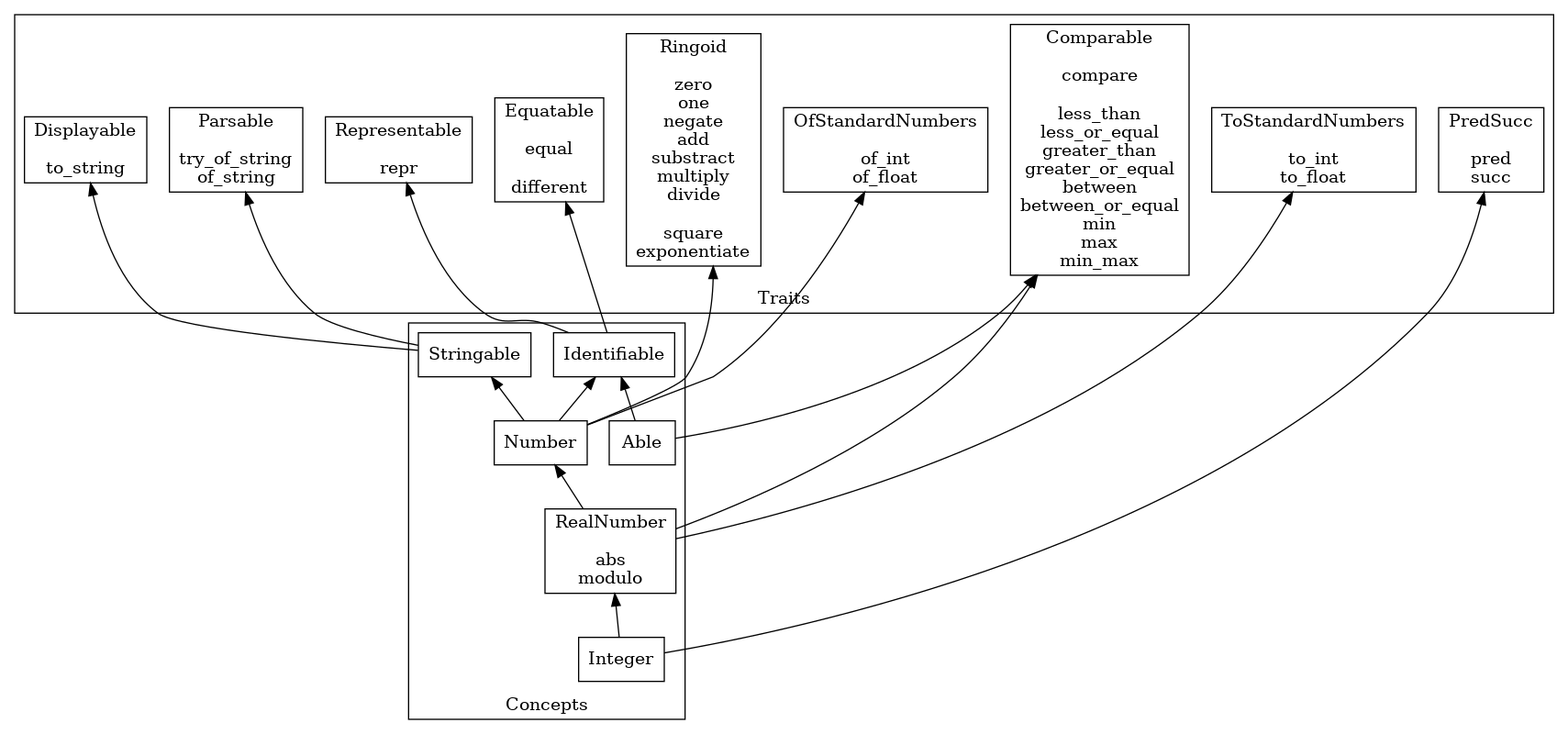
This is docs/Facets.png from jacquev6/General, a Graphviz export, as it was before one commit. Its source is kept beside it as src/Generated/Facets.dot. The source it was exported from:
```dot
digraph {
  rankdir="BT"
  node [shape="box"]
  subgraph cluster_Traits {
    label="Traits";
    representable [label="Representable\n\nrepr"];
    equatable [label="Equatable\n\nequal\n\ndifferent"];
    displayable [label="Displayable\n\nto_string"];
    parsable [label="Parsable\n\ntry_of_string\nof_string"];
    comparable [label="Comparable\n\ncompare\n\nless_than\nless_or_equal\ngreater_than\ngreater_or_equal\nbetween\nbetween_or_equal\nmin\nmax\nmin_max"];
    ringoid [label="Ringoid\n\nzero\none\nnegate\nadd\nsubstract\nmultiply\ndivide\n\nsquare\nexponentiate"];
    ofstandardnumbers [label="OfStandardNumbers\n\nof_int\nof_float"];
    tostandardnumbers [label="ToStandardNumbers\n\nto_int\nto_float"];
    predsucc [label="PredSucc\n\npred\nsucc"];
  }
  subgraph cluster_Concepts {
    label="Concepts";
    identifiable [label="Identifiable"];
    able [label="Able"];
    stringable [label="Stringable"];
    number [label="Number"];
    realnumber [label="RealNumber\n\nabs\nmodulo"];
    integer [label="Integer"];
  }
  identifiable -> equatable
  identifiable -> representable
  able -> identifiable
  able -> comparable
  stringable -> displayable
  stringable -> parsable
  number -> identifiable
  number -> stringable
  number -> ringoid
  number -> ofstandardnumbers
  realnumber -> number
  realnumber -> comparable
  realnumber -> tostandardnumbers
  integer -> realnumber
  integer -> predsucc
}
```
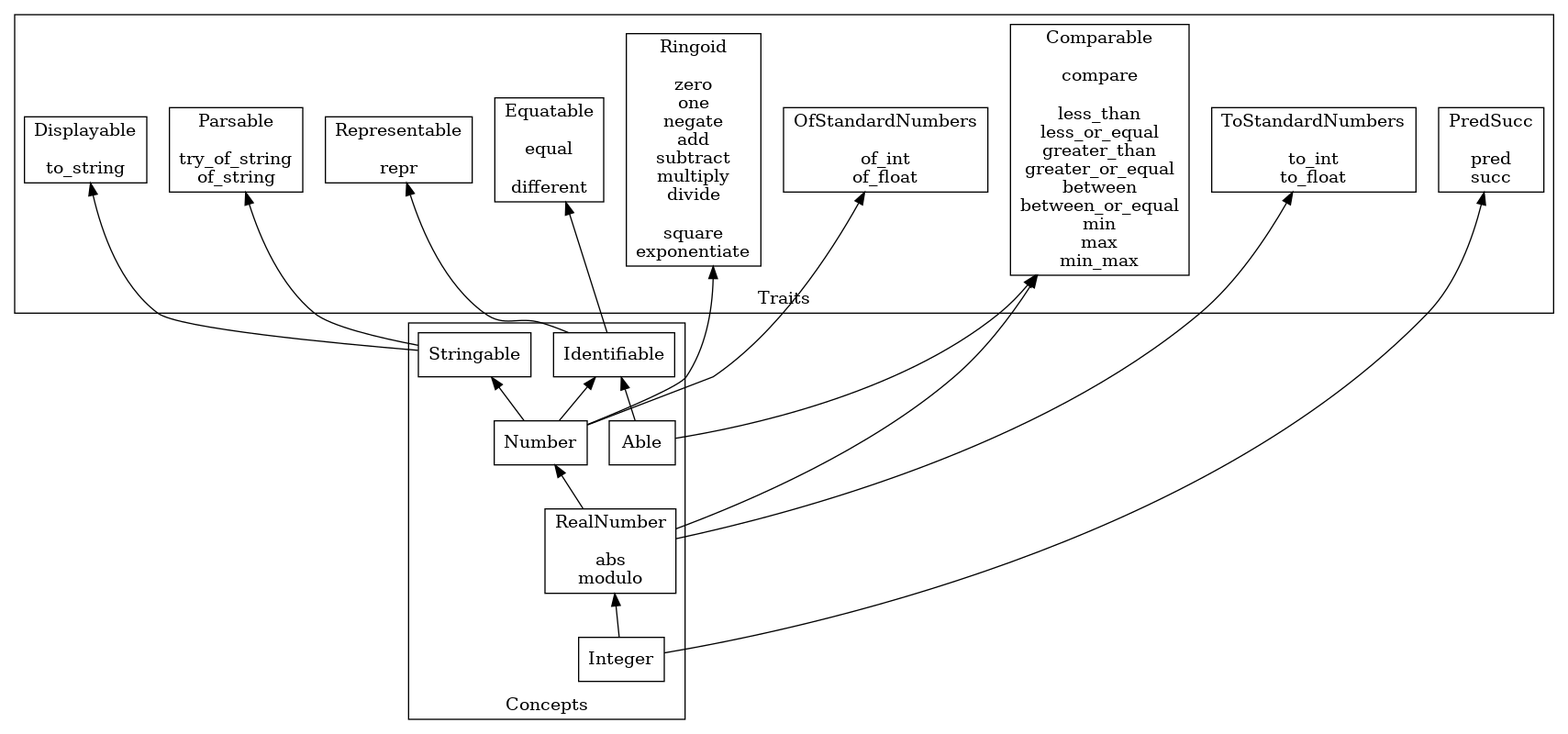
After the commit.

Change to the diagram source:
```diff
@@ -8,7 +8,7 @@
     displayable [label="Displayable\n\nto_string"];
     parsable [label="Parsable\n\ntry_of_string\nof_string"];
     comparable [label="Comparable\n\ncompare\n\nless_than\nless_or_equal\ngreater_than\ngreater_or_equal\nbetween\nbetween_or_equal\nmin\nmax\nmin_max"];
-    ringoid [label="Ringoid\n\nzero\none\nnegate\nadd\nsubstract\nmultiply\ndivide\n\nsquare\nexponentiate"];
+    ringoid [label="Ringoid\n\nzero\none\nnegate\nadd\nsubtract\nmultiply\ndivide\n\nsquare\nexponentiate"];
     ofstandardnumbers [label="OfStandardNumbers\n\nof_int\nof_float"];
     tostandardnumbers [label="ToStandardNumbers\n\nto_int\nto_float"];
     predsucc [label="PredSucc\n\npred\nsucc"];
```
